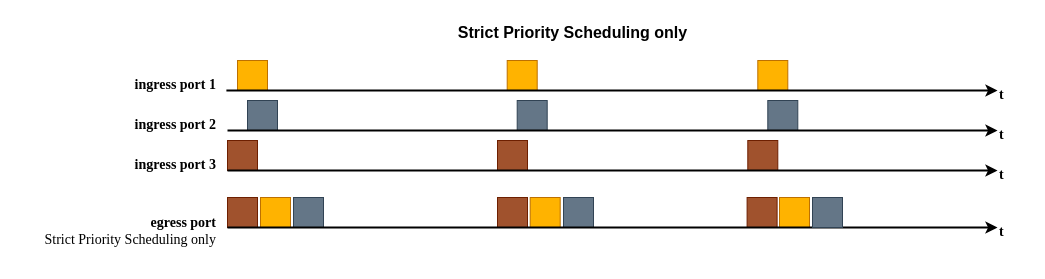
This is static/images/traffic-shaping-strict-prio.drawio from avb-academy/avb_academy, a draw.io file, before an edit. Source tidied: cells renumbered, new cells numbered last; positions are measured from the earlier drawing's top-left corner, leaving out a move shared by most shapes. Both pictures are drawn from the tidied source at 100%, with x=0, y=0 at pixel (17, 17).
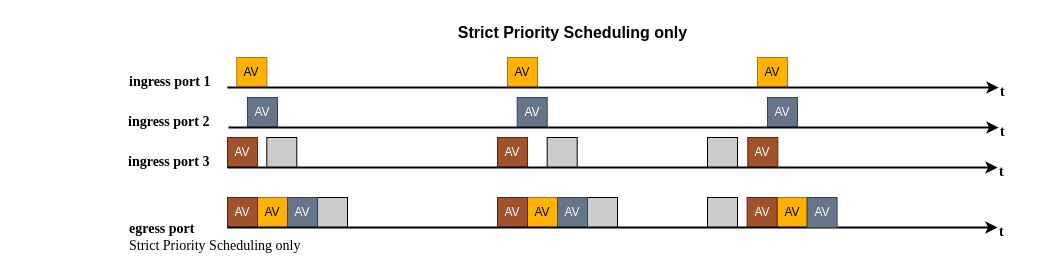
The same page after the edit.

Commit message (it also covers changes not shown here):
ref #90 adds BE traffic to figs + corrects description

Diff of the diagram source:
```diff
@@
+    <mxCell id="34" style="rounded=0;whiteSpace=wrap;html=1;fillColor=#CCCCCC;fontColor=#ffffff;strokeColor=#000000;" parent="1" vertex="1">
+      <mxGeometry x="249.3" y="120" width="30" height="30" as="geometry" />
+    </mxCell>
+    <mxCell id="35" style="rounded=0;whiteSpace=wrap;html=1;fillColor=#CCCCCC;fontColor=#ffffff;strokeColor=#000000;" parent="1" vertex="1">
+      <mxGeometry x="529.7" y="120" width="30" height="30" as="geometry" />
+    </mxCell>
+    <mxCell id="36" style="rounded=0;whiteSpace=wrap;html=1;fillColor=#CCCCCC;fontColor=#ffffff;strokeColor=#000000;" parent="1" vertex="1">
+      <mxGeometry x="570" y="180" width="30" height="30" as="geometry" />
+    </mxCell>
+    <mxCell id="37" style="rounded=0;whiteSpace=wrap;html=1;fillColor=#CCCCCC;fontColor=#ffffff;strokeColor=#000000;" parent="1" vertex="1">
+      <mxGeometry x="690" y="120" width="30" height="30" as="geometry" />
+    </mxCell>
+    <mxCell id="38" style="rounded=0;whiteSpace=wrap;html=1;fillColor=#CCCCCC;fontColor=#ffffff;strokeColor=#000000;" parent="1" vertex="1">
+      <mxGeometry x="690" y="180" width="30" height="30" as="geometry" />
+    </mxCell>
+    <mxCell id="39" style="rounded=0;whiteSpace=wrap;html=1;fillColor=#CCCCCC;fontColor=#ffffff;strokeColor=#000000;" parent="1" vertex="1">
+      <mxGeometry x="300" y="180" width="30" height="30" as="geometry" />
+    </mxCell>
@@
-    <mxCell id="3" style="rounded=0;whiteSpace=wrap;html=1;fillColor=#FFB300;fontColor=#000000;strokeColor=#BD7000;" parent="1" vertex="1">
-      <mxGeometry x="220" y="43" width="30" height="30" as="geometry" />
+    <mxCell id="3" value="AV" style="rounded=0;whiteSpace=wrap;html=1;fillColor=#FFB300;fontColor=#000000;strokeColor=#BD7000;" parent="1" vertex="1">
+      <mxGeometry x="219.3" y="40" width="30" height="30" as="geometry" />
     </mxCell>
-    <mxCell id="4" style="rounded=0;whiteSpace=wrap;html=1;fillColor=#FFB300;fontColor=#000000;strokeColor=#BD7000;" parent="1" vertex="1">
-      <mxGeometry x="489.7" y="43" width="30" height="30" as="geometry" />
+    <mxCell id="4" value="AV" style="rounded=0;whiteSpace=wrap;html=1;fillColor=#FFB300;fontColor=#000000;strokeColor=#BD7000;" parent="1" vertex="1">
+      <mxGeometry x="490" y="40" width="30" height="30" as="geometry" />
     </mxCell>
-    <mxCell id="5" style="rounded=0;whiteSpace=wrap;html=1;fillColor=#647687;fontColor=#ffffff;strokeColor=#314354;" parent="1" vertex="1">
-      <mxGeometry x="230" y="83" width="30" height="30" as="geometry" />
+    <mxCell id="5" value="AV" style="rounded=0;whiteSpace=wrap;html=1;fillColor=#647687;fontColor=#ffffff;strokeColor=#314354;" parent="1" vertex="1">
+      <mxGeometry x="230" y="80" width="30" height="30" as="geometry" />
     </mxCell>
-    <mxCell id="6" style="rounded=0;whiteSpace=wrap;html=1;fillColor=#647687;fontColor=#ffffff;strokeColor=#314354;" parent="1" vertex="1">
-      <mxGeometry x="499.7" y="83" width="30" height="30" as="geometry" />
+    <mxCell id="6" value="AV" style="rounded=0;whiteSpace=wrap;html=1;fillColor=#647687;fontColor=#ffffff;strokeColor=#314354;" parent="1" vertex="1">
+      <mxGeometry x="499.7" y="80" width="30" height="30" as="geometry" />
     </mxCell>
-    <mxCell id="7" style="rounded=0;whiteSpace=wrap;html=1;fillColor=#FFB300;fontColor=#000000;strokeColor=#BD7000;" parent="1" vertex="1">
-      <mxGeometry x="740.3" y="43" width="30" height="30" as="geometry" />
+    <mxCell id="7" value="AV" style="rounded=0;whiteSpace=wrap;html=1;fillColor=#FFB300;fontColor=#000000;strokeColor=#BD7000;" parent="1" vertex="1">
+      <mxGeometry x="740" y="40" width="30" height="30" as="geometry" />
     </mxCell>
-    <mxCell id="8" style="rounded=0;whiteSpace=wrap;html=1;fillColor=#647687;fontColor=#ffffff;strokeColor=#314354;" parent="1" vertex="1">
-      <mxGeometry x="750.3" y="83" width="30" height="30" as="geometry" />
+    <mxCell id="8" value="AV" style="rounded=0;whiteSpace=wrap;html=1;fillColor=#647687;fontColor=#ffffff;strokeColor=#314354;" parent="1" vertex="1">
+      <mxGeometry x="750" y="80" width="30" height="30" as="geometry" />
     </mxCell>
-    <mxCell id="9" style="rounded=0;whiteSpace=wrap;html=1;fillColor=#a0522d;fontColor=#ffffff;strokeColor=#6D1F00;" parent="1" vertex="1">
-      <mxGeometry x="210" y="123" width="30" height="30" as="geometry" />
+    <mxCell id="9" value="AV" style="rounded=0;whiteSpace=wrap;html=1;fillColor=#a0522d;fontColor=#ffffff;strokeColor=#6D1F00;" parent="1" vertex="1">
+      <mxGeometry x="210" y="120" width="30" height="30" as="geometry" />
     </mxCell>
-    <mxCell id="10" style="rounded=0;whiteSpace=wrap;html=1;fillColor=#a0522d;fontColor=#ffffff;strokeColor=#6D1F00;" parent="1" vertex="1">
-      <mxGeometry x="480" y="123" width="30" height="30" as="geometry" />
+    <mxCell id="10" value="AV" style="rounded=0;whiteSpace=wrap;html=1;fillColor=#a0522d;fontColor=#ffffff;strokeColor=#6D1F00;" parent="1" vertex="1">
+      <mxGeometry x="480" y="120" width="30" height="30" as="geometry" />
     </mxCell>
-    <mxCell id="11" style="rounded=0;whiteSpace=wrap;html=1;fillColor=#a0522d;fontColor=#ffffff;strokeColor=#6D1F00;" parent="1" vertex="1">
-      <mxGeometry x="730.3" y="123" width="30" height="30" as="geometry" />
+    <mxCell id="11" value="AV" style="rounded=0;whiteSpace=wrap;html=1;fillColor=#a0522d;fontColor=#ffffff;strokeColor=#6D1F00;" parent="1" vertex="1">
+      <mxGeometry x="730.3" y="120" width="30" height="30" as="geometry" />
     </mxCell>
     <mxCell id="12" style="endArrow=classic;html=1;rounded=0;strokeColor=#000000;fontColor=#FFFFFF;labelBackgroundColor=none;strokeWidth=2;" parent="1" edge="1">
       <mxGeometry relative="1" as="geometry">
-        <mxPoint x="210" y="153" as="sourcePoint" />
-        <mxPoint x="980" y="153" as="targetPoint" />
+        <mxPoint x="210" y="150" as="sourcePoint" />
+        <mxPoint x="980" y="150" as="targetPoint" />
       </mxGeometry>
     </mxCell>
     <mxCell id="13" style="endArrow=classic;html=1;rounded=0;strokeColor=#000000;fontColor=#FFFFFF;labelBackgroundColor=none;strokeWidth=2;" parent="1" edge="1">
       <mxGeometry relative="1" as="geometry">
-        <mxPoint x="210" y="113" as="sourcePoint" />
-        <mxPoint x="980" y="113" as="targetPoint" />
+        <mxPoint x="211" y="110" as="sourcePoint" />
+        <mxPoint x="981" y="110" as="targetPoint" />
       </mxGeometry>
     </mxCell>
     <mxCell id="14" style="endArrow=classic;html=1;rounded=0;strokeColor=#000000;fontColor=#FFFFFF;labelBackgroundColor=none;strokeWidth=2;" parent="1" edge="1">
       <mxGeometry relative="1" as="geometry">
-        <mxPoint x="208.9" y="73" as="sourcePoint" />
-        <mxPoint x="980" y="73" as="targetPoint" />
+        <mxPoint x="209.9" y="70" as="sourcePoint" />
+        <mxPoint x="981" y="70" as="targetPoint" />
       </mxGeometry>
     </mxCell>
-    <mxCell id="15" value="&lt;b&gt;&lt;font face=&quot;Times New Roman&quot;&gt;&lt;font style=&quot;font-size: 14px;&quot;&gt;ingress port 1&lt;/font&gt;&lt;/font&gt;&lt;/b&gt;" style="text;html=1;align=right;verticalAlign=middle;strokeColor=none;fillColor=none;fontColor=#000000;" parent="1" vertex="1">
-      <mxGeometry x="100" y="53" width="100" height="30" as="geometry" />
-    </mxCell>
-    <mxCell id="16" value="&lt;b&gt;&lt;font face=&quot;Times New Roman&quot;&gt;&lt;font style=&quot;font-size: 14px;&quot;&gt;ingress port 2&lt;/font&gt;&lt;/font&gt;&lt;/b&gt;" style="text;html=1;align=right;verticalAlign=middle;strokeColor=none;fillColor=none;fontColor=#000000;" parent="1" vertex="1">
-      <mxGeometry x="100" y="93" width="100" height="30" as="geometry" />
-    </mxCell>
-    <mxCell id="17" value="&lt;b&gt;&lt;font face=&quot;Times New Roman&quot;&gt;&lt;font style=&quot;font-size: 14px;&quot;&gt;ingress port 3&lt;/font&gt;&lt;/font&gt;&lt;/b&gt;" style="text;html=1;align=right;verticalAlign=middle;strokeColor=none;fillColor=none;fontColor=#000000;" parent="1" vertex="1">
-      <mxGeometry x="100" y="133" width="100" height="30" as="geometry" />
-    </mxCell>
@@
-    <mxCell id="19" style="rounded=0;whiteSpace=wrap;html=1;fillColor=#FFB300;fontColor=#000000;strokeColor=#BD7000;" parent="1" vertex="1">
-      <mxGeometry x="243" y="180" width="30" height="30" as="geometry" />
+    <mxCell id="19" value="AV" style="rounded=0;whiteSpace=wrap;html=1;fillColor=#FFB300;fontColor=#000000;strokeColor=#BD7000;" parent="1" vertex="1">
+      <mxGeometry x="240" y="180" width="30" height="30" as="geometry" />
     </mxCell>
-    <mxCell id="20" style="rounded=0;whiteSpace=wrap;html=1;fillColor=#647687;fontColor=#ffffff;strokeColor=#314354;" parent="1" vertex="1">
-      <mxGeometry x="276" y="180" width="30" height="30" as="geometry" />
+    <mxCell id="20" value="AV" style="rounded=0;whiteSpace=wrap;html=1;fillColor=#647687;fontColor=#ffffff;strokeColor=#314354;" parent="1" vertex="1">
+      <mxGeometry x="270" y="180" width="30" height="30" as="geometry" />
     </mxCell>
-    <mxCell id="21" style="rounded=0;whiteSpace=wrap;html=1;fillColor=#a0522d;fontColor=#ffffff;strokeColor=#6D1F00;" parent="1" vertex="1">
+    <mxCell id="21" value="AV" style="rounded=0;whiteSpace=wrap;html=1;fillColor=#a0522d;fontColor=#ffffff;strokeColor=#6D1F00;" parent="1" vertex="1">
       <mxGeometry x="210" y="180" width="30" height="30" as="geometry" />
     </mxCell>
-    <mxCell id="22" style="rounded=0;whiteSpace=wrap;html=1;fillColor=#FFB300;fontColor=#000000;strokeColor=#BD7000;" parent="1" vertex="1">
-      <mxGeometry x="512.7" y="180" width="30" height="30" as="geometry" />
+    <mxCell id="22" value="AV" style="rounded=0;whiteSpace=wrap;html=1;fillColor=#FFB300;fontColor=#000000;strokeColor=#BD7000;" parent="1" vertex="1">
+      <mxGeometry x="510" y="180" width="30" height="30" as="geometry" />
     </mxCell>
-    <mxCell id="23" style="rounded=0;whiteSpace=wrap;html=1;fillColor=#647687;fontColor=#ffffff;strokeColor=#314354;" parent="1" vertex="1">
-      <mxGeometry x="546" y="180" width="30" height="30" as="geometry" />
+    <mxCell id="23" value="AV" style="rounded=0;whiteSpace=wrap;html=1;fillColor=#647687;fontColor=#ffffff;strokeColor=#314354;" parent="1" vertex="1">
+      <mxGeometry x="540" y="180" width="30" height="30" as="geometry" />
     </mxCell>
-    <mxCell id="24" style="rounded=0;whiteSpace=wrap;html=1;fillColor=#a0522d;fontColor=#ffffff;strokeColor=#6D1F00;" parent="1" vertex="1">
+    <mxCell id="24" value="AV" style="rounded=0;whiteSpace=wrap;html=1;fillColor=#a0522d;fontColor=#ffffff;strokeColor=#6D1F00;" parent="1" vertex="1">
       <mxGeometry x="480" y="180" width="30" height="30" as="geometry" />
     </mxCell>
-    <mxCell id="25" style="rounded=0;whiteSpace=wrap;html=1;fillColor=#FFB300;fontColor=#000000;strokeColor=#BD7000;" parent="1" vertex="1">
-      <mxGeometry x="762" y="180" width="30" height="30" as="geometry" />
+    <mxCell id="25" value="AV" style="rounded=0;whiteSpace=wrap;html=1;fillColor=#FFB300;fontColor=#000000;strokeColor=#BD7000;" parent="1" vertex="1">
+      <mxGeometry x="759.6" y="180" width="30" height="30" as="geometry" />
     </mxCell>
-    <mxCell id="26" style="rounded=0;whiteSpace=wrap;html=1;fillColor=#a0522d;fontColor=#ffffff;strokeColor=#6D1F00;" parent="1" vertex="1">
+    <mxCell id="26" value="AV" style="rounded=0;whiteSpace=wrap;html=1;fillColor=#a0522d;fontColor=#ffffff;strokeColor=#6D1F00;" parent="1" vertex="1">
       <mxGeometry x="729.6" y="180" width="30" height="30" as="geometry" />
     </mxCell>
@@
     <mxCell id="29" value="&lt;b&gt;&lt;font face=&quot;Times New Roman&quot;&gt;&lt;font style=&quot;font-size: 14px;&quot;&gt;t&lt;/font&gt;&lt;/font&gt;&lt;/b&gt;" style="text;html=1;align=left;verticalAlign=middle;strokeColor=none;fillColor=none;fontColor=#000000;labelBackgroundColor=none;" parent="1" vertex="1">
-      <mxGeometry x="980" y="143" width="30" height="30" as="geometry" />
+      <mxGeometry x="980" y="140" width="30" height="30" as="geometry" />
     </mxCell>
     <mxCell id="30" value="&lt;b&gt;&lt;font face=&quot;Times New Roman&quot;&gt;&lt;font style=&quot;font-size: 14px;&quot;&gt;t&lt;/font&gt;&lt;/font&gt;&lt;/b&gt;" style="text;html=1;align=left;verticalAlign=middle;strokeColor=none;fillColor=none;fontColor=#000000;labelBackgroundColor=none;" parent="1" vertex="1">
-      <mxGeometry x="980" y="103" width="30" height="30" as="geometry" />
+      <mxGeometry x="981" y="100" width="30" height="30" as="geometry" />
     </mxCell>
     <mxCell id="31" value="&lt;b&gt;&lt;font face=&quot;Times New Roman&quot;&gt;&lt;font style=&quot;font-size: 14px;&quot;&gt;t&lt;/font&gt;&lt;/font&gt;&lt;/b&gt;" style="text;html=1;align=left;verticalAlign=middle;strokeColor=none;fillColor=none;fontColor=#000000;labelBackgroundColor=none;" parent="1" vertex="1">
-      <mxGeometry x="980" y="63" width="30" height="30" as="geometry" />
+      <mxGeometry x="981" y="60" width="30" height="30" as="geometry" />
     </mxCell>
+    <mxCell id="33" value="AV" style="rounded=0;whiteSpace=wrap;html=1;fillColor=#647687;fontColor=#ffffff;strokeColor=#314354;" parent="1" vertex="1">
+      <mxGeometry x="789.6" y="180" width="30" height="30" as="geometry" />
+    </mxCell>
+    <mxCell id="15" value="&lt;b&gt;&lt;font face=&quot;Times New Roman&quot;&gt;&lt;font style=&quot;font-size: 14px;&quot;&gt;ingress port 1&lt;/font&gt;&lt;/font&gt;&lt;/b&gt;" style="text;html=1;align=left;verticalAlign=middle;strokeColor=none;fillColor=none;fontColor=#000000;" parent="1" vertex="1">
+      <mxGeometry x="110" y="50" width="100" height="30" as="geometry" />
+    </mxCell>
+    <mxCell id="16" value="&lt;b&gt;&lt;font face=&quot;Times New Roman&quot;&gt;&lt;font style=&quot;font-size: 14px;&quot;&gt;ingress port 2&lt;/font&gt;&lt;/font&gt;&lt;/b&gt;" style="text;html=1;align=left;verticalAlign=middle;strokeColor=none;fillColor=none;fontColor=#000000;" parent="1" vertex="1">
+      <mxGeometry x="109" y="90" width="100" height="30" as="geometry" />
+    </mxCell>
+    <mxCell id="17" value="&lt;b&gt;&lt;font face=&quot;Times New Roman&quot;&gt;&lt;font style=&quot;font-size: 14px;&quot;&gt;ingress port 3&lt;/font&gt;&lt;/font&gt;&lt;/b&gt;" style="text;html=1;align=left;verticalAlign=middle;strokeColor=none;fillColor=none;fontColor=#000000;" parent="1" vertex="1">
+      <mxGeometry x="109" y="130" width="100" height="30" as="geometry" />
+    </mxCell>
-    <mxCell id="32" value="&lt;font style=&quot;&quot; face=&quot;Times New Roman&quot;&gt;&lt;font style=&quot;font-size: 14px;&quot;&gt;&lt;b style=&quot;&quot;&gt;egress port&lt;/b&gt;&lt;br&gt;&lt;/font&gt;&lt;/font&gt;&lt;font style=&quot;&quot; face=&quot;Times New Roman&quot;&gt;&lt;font style=&quot;font-size: 14px;&quot;&gt;Strict Priority Scheduling only&lt;/font&gt;&lt;/font&gt;" style="text;html=1;align=right;verticalAlign=middle;strokeColor=none;fillColor=none;fontColor=#000000;" parent="1" vertex="1">
-      <mxGeometry y="189" width="200" height="50" as="geometry" />
+    <mxCell id="32" value="&lt;font style=&quot;&quot; face=&quot;Times New Roman&quot;&gt;&lt;font style=&quot;font-size: 14px;&quot;&gt;&lt;b style=&quot;&quot;&gt;egress port&lt;/b&gt;&lt;br&gt;&lt;/font&gt;&lt;/font&gt;&lt;font style=&quot;&quot; face=&quot;Times New Roman&quot;&gt;&lt;font style=&quot;font-size: 14px;&quot;&gt;Strict Priority Scheduling only&lt;/font&gt;&lt;/font&gt;" style="text;html=1;align=left;verticalAlign=middle;strokeColor=none;fillColor=none;fontColor=#000000;" parent="1" vertex="1">
+      <mxGeometry x="110" y="195" width="200" height="50" as="geometry" />
     </mxCell>
-    <mxCell id="33" style="rounded=0;whiteSpace=wrap;html=1;fillColor=#647687;fontColor=#ffffff;strokeColor=#314354;" parent="1" vertex="1">
-      <mxGeometry x="795" y="180" width="30" height="30" as="geometry" />
-    </mxCell>
```
